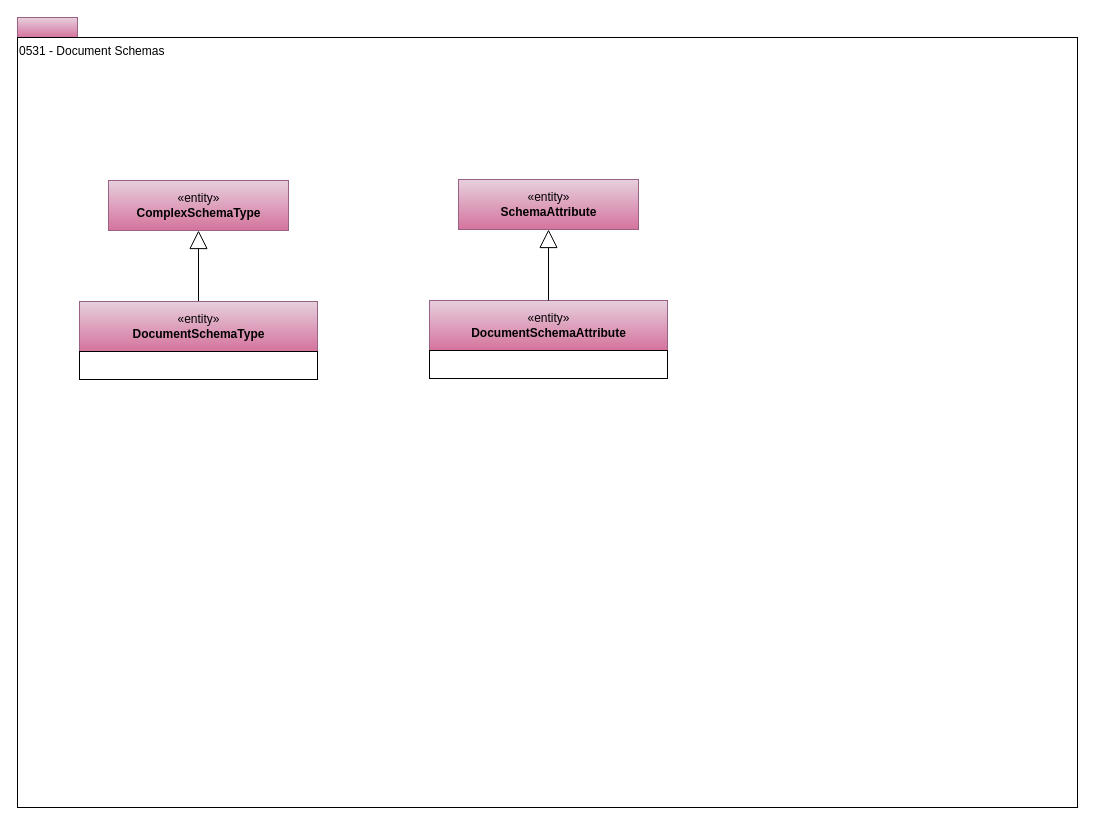
Earlier version of the draw.io diagram page "0531-Document-Schemas" (13 of 32) of site/docs/types/5/area-5-models-and-schema.drawio (odpi/egeria-docs). Source tidied: cells renumbered, new cells numbered last; positions are measured from the earlier drawing's top-left corner, leaving out a move shared by most shapes. Both pictures are drawn from the tidied source at 100%, with x=0, y=0 at pixel (17, 17).
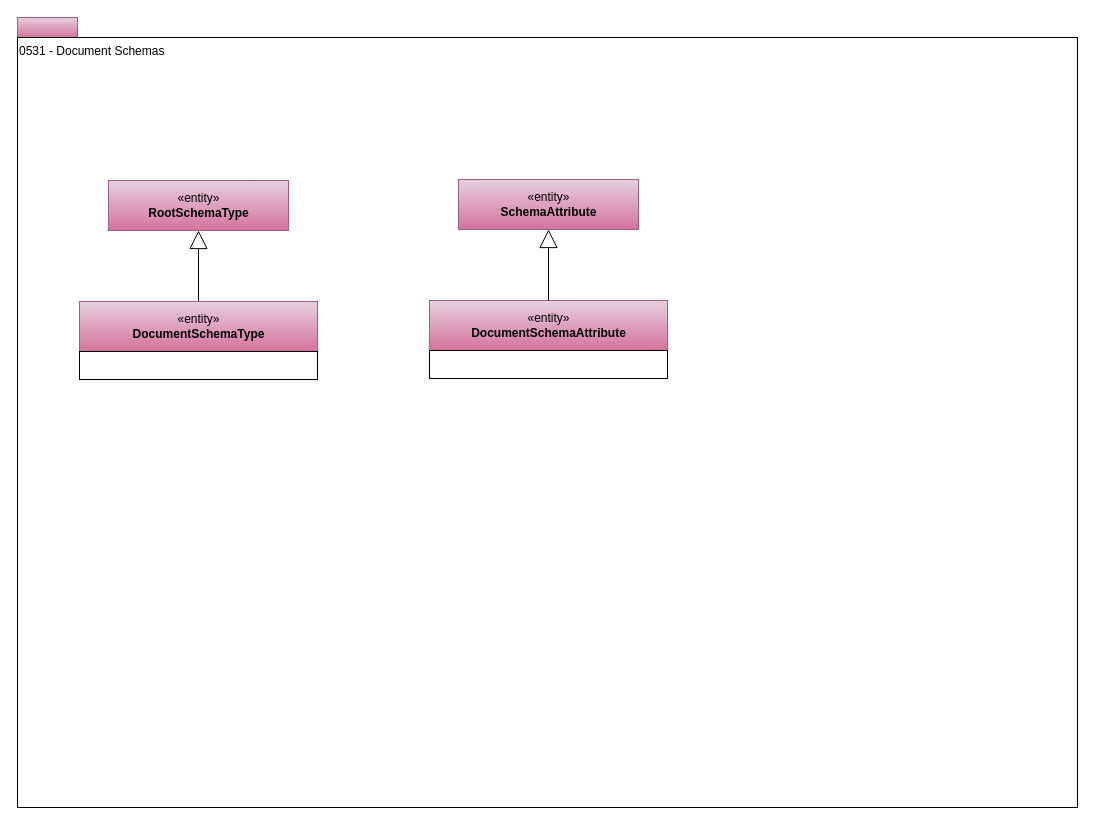
The same diagram, later.

Diff of the diagram source:
```diff
@@
 <mxGraphModel>
   <root>
     <mxCell id="0" />
     <mxCell id="1" parent="0" />
     <mxCell id="2" style="rounded=0;whiteSpace=wrap;html=1;align=left;fillColor=#e6d0de;strokeColor=#996185;gradientColor=#d5739d;" parent="1" vertex="1">
       <mxGeometry width="60" height="20" as="geometry" />
     </mxCell>
     <mxCell id="3" value="0531 - Document Schemas" style="rounded=0;whiteSpace=wrap;html=1;align=left;verticalAlign=top;" parent="1" vertex="1">
       <mxGeometry y="20" width="1060" height="770" as="geometry" />
     </mxCell>
     <mxCell id="4" style="edgeStyle=orthogonalEdgeStyle;rounded=0;jettySize=auto;html=1;exitX=0.5;exitY=0;exitDx=0;exitDy=0;entryX=0.5;entryY=1;entryDx=0;entryDy=0;startSize=6;endArrow=block;endFill=0;endSize=16;" parent="1" edge="1" source="8" target="5">
       <mxGeometry relative="1" as="geometry" />
     </mxCell>
-    <mxCell id="5" value="«entity»&lt;br&gt;&lt;b&gt;ComplexSchemaType&lt;/b&gt;" style="html=1;strokeColor=#996185;align=center;fillColor=#e6d0de;gradientColor=#d5739d;" parent="1" vertex="1">
+    <mxCell id="5" value="«entity»&lt;br&gt;&lt;b&gt;RootSchemaType&lt;/b&gt;" style="html=1;strokeColor=#996185;align=center;fillColor=#e6d0de;gradientColor=#d5739d;" parent="1" vertex="1">
       <mxGeometry x="91" y="163" width="180" height="50" as="geometry" />
     </mxCell>
     <mxCell id="6" value="«entity»&lt;br&gt;&lt;b&gt;SchemaAttribute&lt;/b&gt;" style="html=1;strokeColor=#996185;align=center;fillColor=#e6d0de;gradientColor=#d5739d;" parent="1" vertex="1">
       <mxGeometry x="441" y="162" width="180" height="50" as="geometry" />
     </mxCell>
     <mxCell id="7" style="group;" parent="1" vertex="1">
       <mxGeometry x="62" y="284" width="238" height="78" as="geometry" />
     </mxCell>
     <mxCell id="8" value="«entity»&lt;br&gt;&lt;b&gt;DocumentSchemaType&lt;/b&gt;" style="html=1;strokeColor=#996185;align=center;fillColor=#e6d0de;gradientColor=#d5739d;" parent="7" vertex="1">
       <mxGeometry width="238" height="50" as="geometry" />
     </mxCell>
     <mxCell id="9" style="rounded=0;whiteSpace=wrap;html=1;strokeColor=#000000;gradientColor=#ffffff;align=left;" parent="7" vertex="1">
       <mxGeometry y="50" width="238" height="28" as="geometry" />
     </mxCell>
     <mxCell id="10" style="group;" parent="1" vertex="1">
       <mxGeometry x="412" y="283" width="238" height="78" as="geometry" />
     </mxCell>
     <mxCell id="11" value="«entity»&lt;br&gt;&lt;b&gt;DocumentSchemaAttribute&lt;/b&gt;" style="html=1;strokeColor=#996185;align=center;fillColor=#e6d0de;gradientColor=#d5739d;" parent="10" vertex="1">
       <mxGeometry width="238" height="50" as="geometry" />
     </mxCell>
     <mxCell id="12" style="rounded=0;whiteSpace=wrap;html=1;strokeColor=#000000;gradientColor=#ffffff;align=left;" parent="10" vertex="1">
       <mxGeometry y="50" width="238" height="28" as="geometry" />
     </mxCell>
     <mxCell id="13" style="edgeStyle=orthogonalEdgeStyle;rounded=0;jettySize=auto;html=1;exitX=0.5;exitY=0;exitDx=0;exitDy=0;entryX=0.5;entryY=1;entryDx=0;entryDy=0;startSize=6;endArrow=block;endFill=0;endSize=16;" parent="1" edge="1" source="11" target="6">
       <mxGeometry relative="1" as="geometry" />
     </mxCell>
   </root>
 </mxGraphModel>
```
